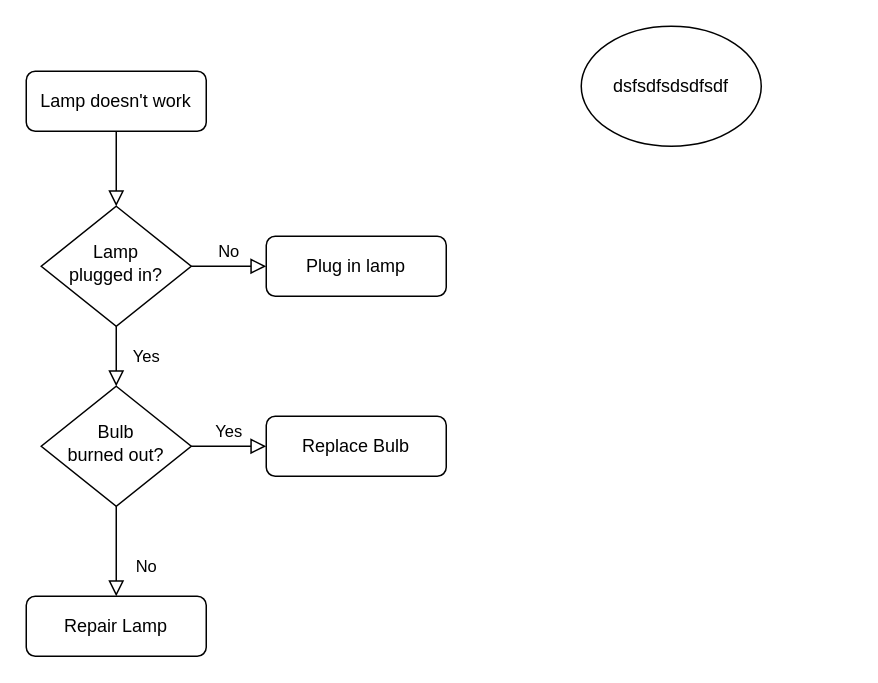
Before: Diagramas/Diagrama sin título.drawio in Ijvc01/Prueba, a draw.io diagram. Source tidied: cells renumbered, new cells numbered last; positions are measured from the earlier drawing's top-left corner, leaving out a move shared by most shapes. Both pictures are drawn from the tidied source at 150%, with x=0, y=0 at pixel (26, 26).
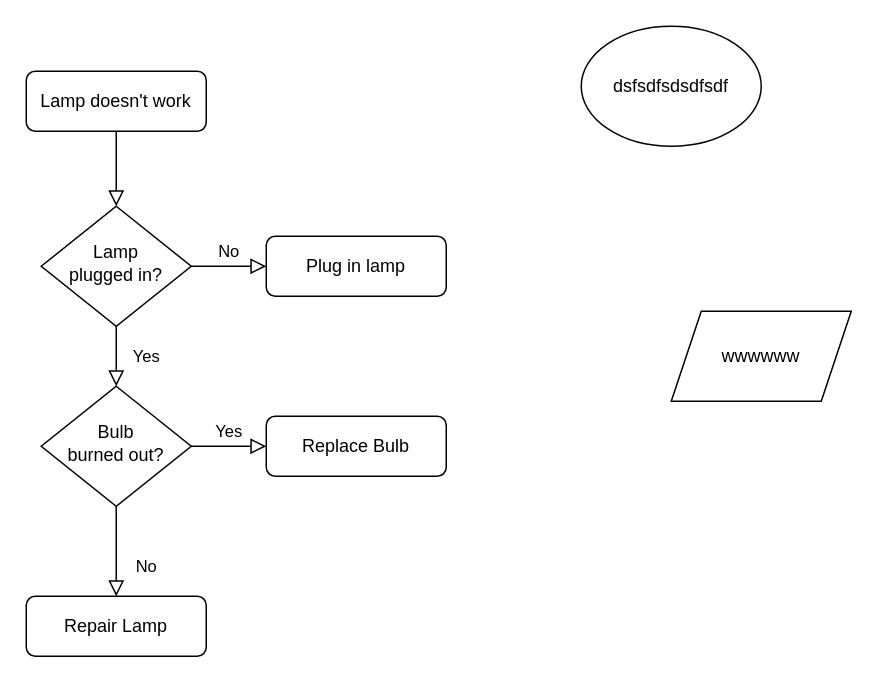
After the change.

Diff of the diagram source:
```diff
@@
 <mxGraphModel>
   <root>
     <mxCell id="0" />
     <mxCell id="1" parent="0" />
     <mxCell id="2" style="rounded=0;html=1;jettySize=auto;fontSize=11;endArrow=block;endFill=0;endSize=8;strokeWidth=1;shadow=0;labelBackgroundColor=none;edgeStyle=orthogonalEdgeStyle;" parent="1" edge="1" source="3" target="6">
       <mxGeometry relative="1" as="geometry" />
     </mxCell>
     <mxCell id="3" value="Lamp doesn't work" style="rounded=1;whiteSpace=wrap;html=1;fontSize=12;glass=0;strokeWidth=1;shadow=0;" parent="1" vertex="1">
       <mxGeometry y="30" width="120" height="40" as="geometry" />
     </mxCell>
     <mxCell id="4" value="Yes" style="rounded=0;html=1;jettySize=auto;fontSize=11;endArrow=block;endFill=0;endSize=8;strokeWidth=1;shadow=0;labelBackgroundColor=none;edgeStyle=orthogonalEdgeStyle;" parent="1" edge="1" source="6" target="10">
       <mxGeometry y="20" relative="1" as="geometry" />
     </mxCell>
     <mxCell id="5" value="No" style="edgeStyle=orthogonalEdgeStyle;rounded=0;html=1;jettySize=auto;fontSize=11;endArrow=block;endFill=0;endSize=8;strokeWidth=1;shadow=0;labelBackgroundColor=none;" parent="1" edge="1" source="6" target="7">
       <mxGeometry y="10" relative="1" as="geometry" />
     </mxCell>
     <mxCell id="6" value="Lamp&lt;br&gt;plugged in?" style="rhombus;whiteSpace=wrap;html=1;shadow=0;fontFamily=Helvetica;fontSize=12;align=center;strokeWidth=1;spacing=6;spacingTop=-4;" parent="1" vertex="1">
       <mxGeometry x="10" y="120" width="100" height="80" as="geometry" />
     </mxCell>
     <mxCell id="7" value="Plug in lamp" style="rounded=1;whiteSpace=wrap;html=1;fontSize=12;glass=0;strokeWidth=1;shadow=0;" parent="1" vertex="1">
       <mxGeometry x="160" y="140" width="120" height="40" as="geometry" />
     </mxCell>
     <mxCell id="8" value="No" style="rounded=0;html=1;jettySize=auto;fontSize=11;endArrow=block;endFill=0;endSize=8;strokeWidth=1;shadow=0;labelBackgroundColor=none;edgeStyle=orthogonalEdgeStyle;" parent="1" edge="1" source="10" target="11">
       <mxGeometry x="0.33" y="20" relative="1" as="geometry" />
     </mxCell>
     <mxCell id="9" value="Yes" style="edgeStyle=orthogonalEdgeStyle;rounded=0;html=1;jettySize=auto;fontSize=11;endArrow=block;endFill=0;endSize=8;strokeWidth=1;shadow=0;labelBackgroundColor=none;" parent="1" edge="1" source="10" target="12">
       <mxGeometry y="10" relative="1" as="geometry" />
     </mxCell>
     <mxCell id="10" value="Bulb&lt;br&gt;burned out?" style="rhombus;whiteSpace=wrap;html=1;shadow=0;fontFamily=Helvetica;fontSize=12;align=center;strokeWidth=1;spacing=6;spacingTop=-4;" parent="1" vertex="1">
       <mxGeometry x="10" y="240" width="100" height="80" as="geometry" />
     </mxCell>
     <mxCell id="11" value="Repair Lamp" style="rounded=1;whiteSpace=wrap;html=1;fontSize=12;glass=0;strokeWidth=1;shadow=0;" parent="1" vertex="1">
       <mxGeometry y="380" width="120" height="40" as="geometry" />
     </mxCell>
     <mxCell id="12" value="Replace Bulb" style="rounded=1;whiteSpace=wrap;html=1;fontSize=12;glass=0;strokeWidth=1;shadow=0;" parent="1" vertex="1">
       <mxGeometry x="160" y="260" width="120" height="40" as="geometry" />
     </mxCell>
     <mxCell id="13" value="dsfsdfsdsdfsdf" style="ellipse;whiteSpace=wrap;html=1;" parent="1" vertex="1">
       <mxGeometry x="370" width="120" height="80" as="geometry" />
     </mxCell>
+    <mxCell id="14" value="wwwwww" style="shape=parallelogram;perimeter=parallelogramPerimeter;whiteSpace=wrap;html=1;fixedSize=1;" parent="1" vertex="1">
+      <mxGeometry x="430" y="190" width="120" height="60" as="geometry" />
+    </mxCell>
   </root>
 </mxGraphModel>
```
